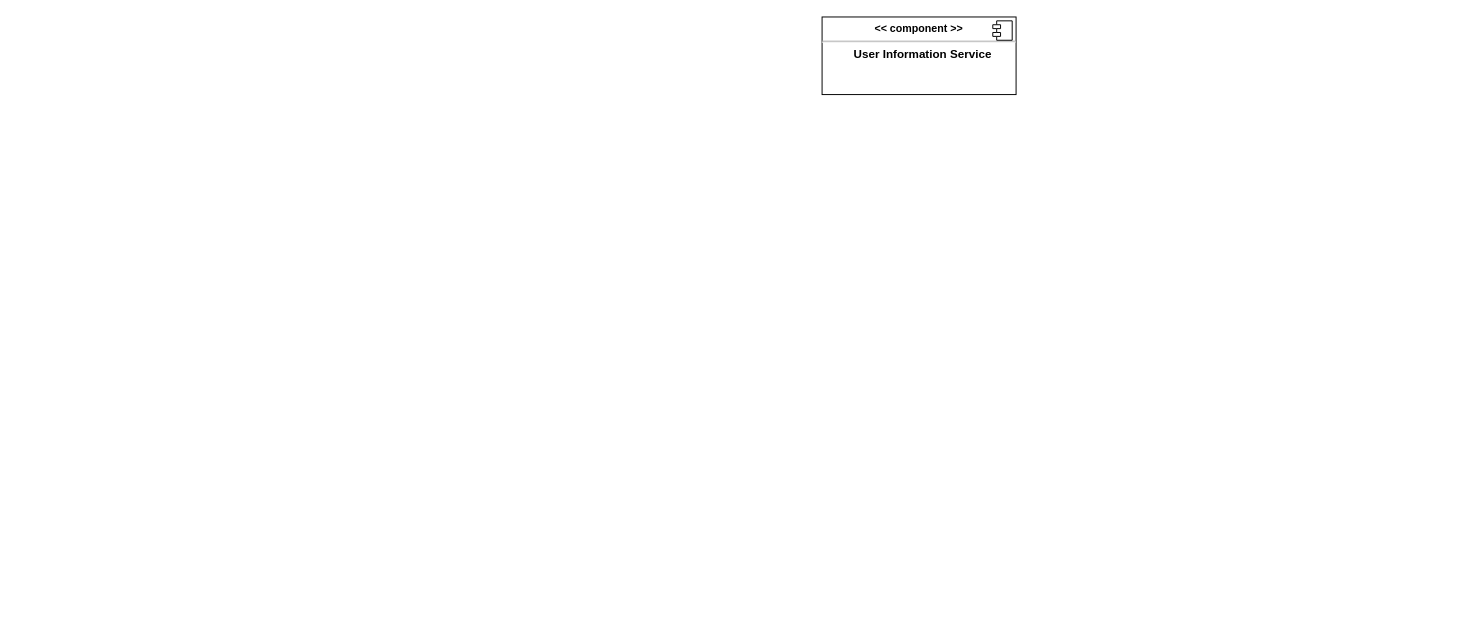
This is components Diagram.drawio from bgabrielma/ES_Project, a draw.io file, before an edit. Source tidied: cells renumbered, new cells numbered last; positions are measured from the earlier drawing's top-left corner, leaving out a move shared by most shapes. Both pictures are drawn from the tidied source at 97%, with x=0, y=0 at pixel (822, 16).
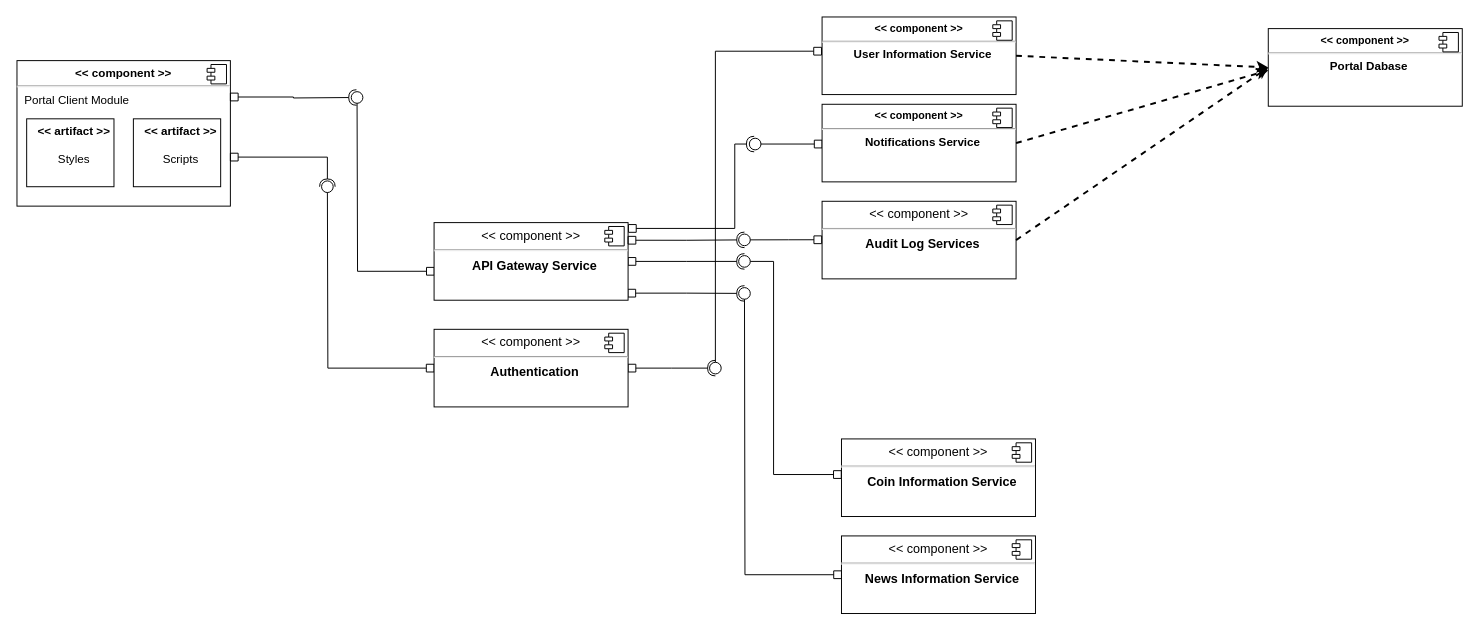
The same diagram, later.

Unchanged cells that the change refers to:
```xml
<mxCell id="2" value="&lt;p style=&quot;margin: 6px 0px 0px; text-align: center; font-size: 11px;&quot;&gt;&lt;b style=&quot;&quot;&gt;&lt;font style=&quot;font-size: 11px;&quot;&gt;&amp;lt;&amp;lt; component &amp;gt;&amp;gt;&lt;/font&gt;&lt;/b&gt;&lt;/p&gt;&lt;hr style=&quot;font-size: 11px;&quot;&gt;&lt;p style=&quot;text-align: center; margin: 0px 0px 0px 8px;&quot;&gt;&lt;b&gt;User Information Service&lt;/b&gt;&lt;/p&gt;" style="align=left;overflow=fill;html=1;" parent="1" vertex="1">
  <mxGeometry width="200" height="80" as="geometry" />
</mxCell>
```

Diff of the diagram source:
```diff
@@
+    <mxCell id="4" value="&lt;p style=&quot;margin:0px;margin-top:6px;text-align:center;&quot;&gt;&lt;b&gt;&amp;lt;&amp;lt; component &amp;gt;&amp;gt;&lt;/b&gt;&lt;/p&gt;&lt;hr&gt;&lt;p style=&quot;margin:0px;margin-left:8px;&quot;&gt;Portal Client Module&lt;/p&gt;" style="align=left;overflow=fill;html=1;" parent="1" vertex="1">
+      <mxGeometry x="-830" y="45" width="220" height="150" as="geometry" />
+    </mxCell>
+    <mxCell id="5" style="shape=component;jettyWidth=8;jettyHeight=4;" parent="4" vertex="1">
+      <mxGeometry x="1" width="20" height="20" relative="1" as="geometry">
+        <mxPoint x="-24" y="4" as="offset" />
+      </mxGeometry>
+    </mxCell>
+    <mxCell id="6" value="&lt;p style=&quot;margin:0px;margin-top:6px;text-align:center;&quot;&gt;&lt;/p&gt;&lt;p style=&quot;text-align: center; margin: 0px 0px 0px 8px;&quot;&gt;&lt;b&gt;&amp;lt;&amp;lt; artifact &amp;gt;&amp;gt;&lt;/b&gt;&lt;/p&gt;&lt;p style=&quot;text-align: center; margin: 0px 0px 0px 8px;&quot;&gt;&lt;b&gt;&lt;br&gt;&lt;/b&gt;&lt;/p&gt;&lt;p style=&quot;text-align: center; margin: 0px 0px 0px 8px;&quot;&gt;Scripts&lt;/p&gt;" style="align=left;overflow=fill;html=1;" parent="4" vertex="1">
+      <mxGeometry x="120" y="60" width="90" height="70" as="geometry" />
+    </mxCell>
+    <mxCell id="7" value="&lt;p style=&quot;margin:0px;margin-top:6px;text-align:center;&quot;&gt;&lt;/p&gt;&lt;p style=&quot;text-align: center; margin: 0px 0px 0px 8px;&quot;&gt;&lt;b&gt;&amp;lt;&amp;lt; artifact &amp;gt;&amp;gt;&lt;/b&gt;&lt;/p&gt;&lt;p style=&quot;text-align: center; margin: 0px 0px 0px 8px;&quot;&gt;&lt;b&gt;&lt;br&gt;&lt;/b&gt;&lt;/p&gt;&lt;p style=&quot;text-align: center; margin: 0px 0px 0px 8px;&quot;&gt;Styles&lt;/p&gt;" style="align=left;overflow=fill;html=1;" parent="1" vertex="1">
+      <mxGeometry x="-820" y="105" width="90" height="70" as="geometry" />
+    </mxCell>
+    <mxCell id="8" style="edgeStyle=orthogonalEdgeStyle;rounded=0;jettySize=auto;html=1;startArrow=box;startFill=0;endArrow=oval;endFill=0;endSize=12;sourcePerimeterSpacing=20;targetPerimeterSpacing=20;exitX=-0.001;exitY=0.459;exitDx=0;exitDy=0;exitPerimeter=0;" parent="1" edge="1" source="9">
+      <mxGeometry relative="1" as="geometry">
+        <mxPoint x="-80" y="252" as="targetPoint" />
+        <Array as="points">
+          <mxPoint x="-50" y="472" />
+          <mxPoint x="-50" y="252" />
+        </Array>
+      </mxGeometry>
+    </mxCell>
+    <mxCell id="9" value="&lt;p style=&quot;margin: 6px 0px 0px; font-size: 13px;&quot;&gt;&lt;span style=&quot;font-size: 13px;&quot;&gt;&lt;font style=&quot;font-size: 13px;&quot;&gt;&amp;lt;&amp;lt; component &amp;gt;&amp;gt;&lt;/font&gt;&lt;/span&gt;&lt;/p&gt;&lt;hr style=&quot;font-size: 13px;&quot;&gt;&lt;p style=&quot;margin: 0px 0px 0px 8px; font-size: 13px;&quot;&gt;&lt;b&gt;Coin Information Service&lt;/b&gt;&lt;/p&gt;" style="align=center;overflow=fill;html=1;fontStyle=0;fontSize=13;" parent="1" vertex="1">
+      <mxGeometry x="20" y="435" width="200" height="80" as="geometry" />
+    </mxCell>
+    <mxCell id="10" style="shape=component;jettyWidth=8;jettyHeight=4;" parent="9" vertex="1">
+      <mxGeometry x="1" width="20" height="20" relative="1" as="geometry">
+        <mxPoint x="-24" y="4" as="offset" />
+      </mxGeometry>
+    </mxCell>
+    <mxCell id="11" style="edgeStyle=orthogonalEdgeStyle;rounded=0;jettySize=auto;html=1;startArrow=box;startFill=0;endArrow=oval;endFill=0;endSize=12;sourcePerimeterSpacing=20;targetPerimeterSpacing=20;exitX=0;exitY=0.5;exitDx=0;exitDy=0;" parent="1" edge="1" source="12">
+      <mxGeometry relative="1" as="geometry">
+        <mxPoint x="-80" y="285" as="targetPoint" />
+      </mxGeometry>
+    </mxCell>
+    <mxCell id="12" value="&lt;p style=&quot;margin: 6px 0px 0px; font-size: 13px;&quot;&gt;&lt;span style=&quot;font-size: 13px;&quot;&gt;&lt;font style=&quot;font-size: 13px;&quot;&gt;&amp;lt;&amp;lt; component &amp;gt;&amp;gt;&lt;/font&gt;&lt;/span&gt;&lt;/p&gt;&lt;hr style=&quot;font-size: 13px;&quot;&gt;&lt;p style=&quot;margin: 0px 0px 0px 8px; font-size: 13px;&quot;&gt;&lt;b&gt;News Information Service&lt;/b&gt;&lt;/p&gt;" style="align=center;overflow=fill;html=1;fontStyle=0;fontSize=13;" parent="1" vertex="1">
+      <mxGeometry x="20" y="535" width="200" height="80" as="geometry" />
+    </mxCell>
+    <mxCell id="13" style="shape=component;jettyWidth=8;jettyHeight=4;" parent="12" vertex="1">
+      <mxGeometry x="1" width="20" height="20" relative="1" as="geometry">
+        <mxPoint x="-24" y="4" as="offset" />
+      </mxGeometry>
+    </mxCell>
+    <mxCell id="14" style="edgeStyle=orthogonalEdgeStyle;rounded=0;jettySize=auto;html=1;endArrow=oval;endFill=0;targetPerimeterSpacing=20;sourcePerimeterSpacing=20;endSize=12;exitX=-0.003;exitY=0.441;exitDx=0;exitDy=0;startArrow=box;startFill=0;exitPerimeter=0;" parent="1" edge="1" source="2">
+      <mxGeometry relative="1" as="geometry">
+        <mxPoint x="-110" y="362" as="targetPoint" />
+        <Array as="points">
+          <mxPoint x="-110" y="35" />
+        </Array>
+      </mxGeometry>
+    </mxCell>
@@
-    <mxCell id="3" style="shape=component;jettyWidth=8;jettyHeight=4;" parent="2" vertex="1">
-      <mxGeometry x="1" width="20" height="20" relative="1" as="geometry">
-        <mxPoint x="-24" y="4" as="offset" />
-      </mxGeometry>
-    </mxCell>
+    <mxCell id="15" style="shape=component;jettyWidth=8;jettyHeight=4;" parent="2" vertex="1">
+      <mxGeometry x="1" width="20" height="20" relative="1" as="geometry">
+        <mxPoint x="-24" y="4" as="offset" />
+      </mxGeometry>
+    </mxCell>
+    <mxCell id="16" style="edgeStyle=orthogonalEdgeStyle;rounded=0;jettySize=auto;html=1;startArrow=box;startFill=0;endArrow=oval;endFill=0;endSize=12;sourcePerimeterSpacing=20;targetPerimeterSpacing=20;exitX=0;exitY=0.512;exitDx=0;exitDy=0;exitPerimeter=0;" parent="1" edge="1" source="17">
+      <mxGeometry relative="1" as="geometry">
+        <mxPoint x="-69" y="131" as="targetPoint" />
+        <Array as="points">
+          <mxPoint x="-69" y="131" />
+        </Array>
+      </mxGeometry>
+    </mxCell>
+    <mxCell id="17" value="&lt;p style=&quot;margin: 6px 0px 0px; text-align: center; font-size: 11px;&quot;&gt;&lt;b style=&quot;&quot;&gt;&lt;font style=&quot;font-size: 11px;&quot;&gt;&amp;lt;&amp;lt; component &amp;gt;&amp;gt;&lt;/font&gt;&lt;/b&gt;&lt;/p&gt;&lt;hr style=&quot;font-size: 11px;&quot;&gt;&lt;p style=&quot;text-align: center; margin: 0px 0px 0px 8px;&quot;&gt;&lt;b&gt;Notifications Service&lt;/b&gt;&lt;/p&gt;" style="align=left;overflow=fill;html=1;" parent="1" vertex="1">
+      <mxGeometry y="90" width="200" height="80" as="geometry" />
+    </mxCell>
+    <mxCell id="18" style="shape=component;jettyWidth=8;jettyHeight=4;" parent="17" vertex="1">
+      <mxGeometry x="1" width="20" height="20" relative="1" as="geometry">
+        <mxPoint x="-24" y="4" as="offset" />
+      </mxGeometry>
+    </mxCell>
+    <mxCell id="19" style="edgeStyle=orthogonalEdgeStyle;rounded=0;jettySize=auto;html=1;endArrow=halfCircle;endFill=0;startArrow=box;startFill=0;exitX=1;exitY=0.5;exitDx=0;exitDy=0;" parent="1" edge="1" source="21">
+      <mxGeometry relative="1" as="geometry">
+        <mxPoint x="-110" y="362" as="targetPoint" />
+      </mxGeometry>
+    </mxCell>
+    <mxCell id="20" style="edgeStyle=orthogonalEdgeStyle;rounded=0;jettySize=auto;html=1;startArrow=box;startFill=0;endArrow=oval;endFill=0;endSize=12;sourcePerimeterSpacing=20;targetPerimeterSpacing=20;exitX=0;exitY=0.5;exitDx=0;exitDy=0;" parent="1" edge="1" source="21">
+      <mxGeometry relative="1" as="geometry">
+        <mxPoint x="-510" y="175" as="targetPoint" />
+      </mxGeometry>
+    </mxCell>
+    <mxCell id="21" value="&lt;p style=&quot;margin: 6px 0px 0px; font-size: 13px;&quot;&gt;&lt;span style=&quot;font-size: 13px;&quot;&gt;&lt;font style=&quot;font-size: 13px;&quot;&gt;&amp;lt;&amp;lt; component &amp;gt;&amp;gt;&lt;/font&gt;&lt;/span&gt;&lt;/p&gt;&lt;hr style=&quot;font-size: 13px;&quot;&gt;&lt;p style=&quot;margin: 0px 0px 0px 8px; font-size: 13px;&quot;&gt;&lt;b&gt;Authentication&lt;/b&gt;&lt;/p&gt;" style="align=center;overflow=fill;html=1;fontStyle=0;fontSize=13;" parent="1" vertex="1">
+      <mxGeometry x="-400" y="322" width="200" height="80" as="geometry" />
+    </mxCell>
+    <mxCell id="22" style="shape=component;jettyWidth=8;jettyHeight=4;" parent="21" vertex="1">
+      <mxGeometry x="1" width="20" height="20" relative="1" as="geometry">
+        <mxPoint x="-24" y="4" as="offset" />
+      </mxGeometry>
+    </mxCell>
+    <mxCell id="23" value="&lt;p style=&quot;margin: 6px 0px 0px; font-size: 13px;&quot;&gt;&lt;span style=&quot;font-size: 13px;&quot;&gt;&lt;font style=&quot;font-size: 13px;&quot;&gt;&amp;lt;&amp;lt; component &amp;gt;&amp;gt;&lt;/font&gt;&lt;/span&gt;&lt;/p&gt;&lt;hr style=&quot;font-size: 13px;&quot;&gt;&lt;p style=&quot;margin: 0px 0px 0px 8px; font-size: 13px;&quot;&gt;&lt;b&gt;Audit Log Services&lt;/b&gt;&lt;/p&gt;" style="align=center;overflow=fill;html=1;fontStyle=0;fontSize=13;" parent="1" vertex="1">
+      <mxGeometry y="190" width="200" height="80" as="geometry" />
+    </mxCell>
+    <mxCell id="24" style="shape=component;jettyWidth=8;jettyHeight=4;" parent="23" vertex="1">
+      <mxGeometry x="1" width="20" height="20" relative="1" as="geometry">
+        <mxPoint x="-24" y="4" as="offset" />
+      </mxGeometry>
+    </mxCell>
+    <mxCell id="25" style="edgeStyle=orthogonalEdgeStyle;rounded=0;jettySize=auto;html=1;startArrow=box;startFill=0;endArrow=oval;endFill=0;endSize=12;sourcePerimeterSpacing=20;targetPerimeterSpacing=20;exitX=0.001;exitY=0.627;exitDx=0;exitDy=0;exitPerimeter=0;" parent="1" edge="1" source="29">
+      <mxGeometry relative="1" as="geometry">
+        <mxPoint x="-479.4" y="83" as="targetPoint" />
+      </mxGeometry>
+    </mxCell>
+    <mxCell id="26" style="edgeStyle=orthogonalEdgeStyle;rounded=0;jettySize=auto;html=1;startArrow=box;startFill=0;endArrow=halfCircle;endFill=0;endSize=6;sourcePerimeterSpacing=20;targetPerimeterSpacing=20;exitX=1;exitY=0.5;exitDx=0;exitDy=0;" parent="1" edge="1" source="29">
+      <mxGeometry relative="1" as="geometry">
+        <mxPoint x="-80" y="252" as="targetPoint" />
+      </mxGeometry>
+    </mxCell>
+    <mxCell id="27" style="edgeStyle=orthogonalEdgeStyle;rounded=0;jettySize=auto;html=1;startArrow=box;startFill=0;endArrow=halfCircle;endFill=0;endSize=6;sourcePerimeterSpacing=20;targetPerimeterSpacing=20;exitX=0.999;exitY=0.909;exitDx=0;exitDy=0;exitPerimeter=0;" parent="1" edge="1" source="29">
+      <mxGeometry relative="1" as="geometry">
+        <mxPoint x="-80" y="285" as="targetPoint" />
+      </mxGeometry>
+    </mxCell>
+    <mxCell id="28" style="edgeStyle=orthogonalEdgeStyle;rounded=0;jettySize=auto;html=1;startArrow=box;startFill=0;endArrow=halfCircle;endFill=0;endSize=6;sourcePerimeterSpacing=20;targetPerimeterSpacing=20;exitX=1.002;exitY=0.075;exitDx=0;exitDy=0;exitPerimeter=0;" parent="1" edge="1" source="29">
+      <mxGeometry relative="1" as="geometry">
+        <mxPoint x="-70" y="131" as="targetPoint" />
+        <Array as="points">
+          <mxPoint x="-90" y="218" />
+          <mxPoint x="-90" y="131" />
+        </Array>
+      </mxGeometry>
+    </mxCell>
+    <mxCell id="29" value="&lt;p style=&quot;margin: 6px 0px 0px; font-size: 13px;&quot;&gt;&lt;span style=&quot;font-size: 13px;&quot;&gt;&lt;font style=&quot;font-size: 13px;&quot;&gt;&amp;lt;&amp;lt; component &amp;gt;&amp;gt;&lt;/font&gt;&lt;/span&gt;&lt;/p&gt;&lt;hr style=&quot;font-size: 13px;&quot;&gt;&lt;p style=&quot;margin: 0px 0px 0px 8px; font-size: 13px;&quot;&gt;&lt;b&gt;API Gateway Service&lt;/b&gt;&lt;/p&gt;" style="align=center;overflow=fill;html=1;fontStyle=0;fontSize=13;" parent="1" vertex="1">
+      <mxGeometry x="-400" y="212" width="200" height="80" as="geometry" />
+    </mxCell>
+    <mxCell id="30" style="shape=component;jettyWidth=8;jettyHeight=4;" parent="29" vertex="1">
+      <mxGeometry x="1" width="20" height="20" relative="1" as="geometry">
+        <mxPoint x="-24" y="4" as="offset" />
+      </mxGeometry>
+    </mxCell>
+    <mxCell id="31" value="&lt;p style=&quot;margin: 6px 0px 0px; text-align: center; font-size: 11px;&quot;&gt;&lt;b style=&quot;&quot;&gt;&lt;font style=&quot;font-size: 11px;&quot;&gt;&amp;lt;&amp;lt; component &amp;gt;&amp;gt;&lt;/font&gt;&lt;/b&gt;&lt;/p&gt;&lt;hr style=&quot;font-size: 11px;&quot;&gt;&lt;p style=&quot;text-align: center; margin: 0px 0px 0px 8px;&quot;&gt;&lt;b&gt;Portal Dabase&lt;/b&gt;&lt;/p&gt;" style="align=left;overflow=fill;html=1;" parent="1" vertex="1">
+      <mxGeometry x="460" y="12" width="200" height="80" as="geometry" />
+    </mxCell>
+    <mxCell id="32" style="shape=component;jettyWidth=8;jettyHeight=4;" parent="31" vertex="1">
+      <mxGeometry x="1" width="20" height="20" relative="1" as="geometry">
+        <mxPoint x="-24" y="4" as="offset" />
+      </mxGeometry>
+    </mxCell>
+    <mxCell id="33" style="endArrow=classic;html=1;rounded=0;fontSize=11;exitX=1;exitY=0.5;exitDx=0;exitDy=0;entryX=0;entryY=0.5;entryDx=0;entryDy=0;dashed=1;strokeWidth=2;" parent="1" edge="1" source="2" target="31">
+      <mxGeometry relative="1" as="geometry" />
+    </mxCell>
+    <mxCell id="34" style="endArrow=classic;html=1;rounded=0;fontSize=11;exitX=1;exitY=0.5;exitDx=0;exitDy=0;dashed=1;strokeWidth=2;" parent="1" edge="1" source="17">
+      <mxGeometry relative="1" as="geometry">
+        <mxPoint x="460" y="55" as="targetPoint" />
+      </mxGeometry>
+    </mxCell>
+    <mxCell id="35" style="endArrow=classic;html=1;rounded=0;fontSize=11;exitX=1;exitY=0.5;exitDx=0;exitDy=0;dashed=1;strokeWidth=2;entryX=0;entryY=0.5;entryDx=0;entryDy=0;" parent="1" edge="1" source="23" target="31">
+      <mxGeometry relative="1" as="geometry" />
+    </mxCell>
+    <mxCell id="36" style="edgeStyle=orthogonalEdgeStyle;rounded=0;jettySize=auto;html=1;startArrow=box;startFill=0;endArrow=halfCircle;endFill=0;endSize=6;sourcePerimeterSpacing=20;targetPerimeterSpacing=20;exitX=1;exitY=0.663;exitDx=0;exitDy=0;exitPerimeter=0;" parent="1" edge="1" source="4">
+      <mxGeometry relative="1" as="geometry">
+        <mxPoint x="-510" y="175" as="targetPoint" />
+        <Array as="points">
+          <mxPoint x="-510" y="144" />
+        </Array>
+      </mxGeometry>
+    </mxCell>
+    <mxCell id="37" style="edgeStyle=orthogonalEdgeStyle;rounded=0;jettySize=auto;html=1;startArrow=box;startFill=0;endArrow=halfCircle;endFill=0;endSize=6;sourcePerimeterSpacing=20;targetPerimeterSpacing=20;exitX=1;exitY=0.25;exitDx=0;exitDy=0;" parent="1" edge="1" source="4">
+      <mxGeometry relative="1" as="geometry">
+        <mxPoint x="-480" y="83" as="targetPoint" />
+      </mxGeometry>
+    </mxCell>
+    <mxCell id="38" style="edgeStyle=orthogonalEdgeStyle;rounded=0;jettySize=auto;html=1;startArrow=box;startFill=0;endArrow=halfCircle;endFill=0;endSize=6;sourcePerimeterSpacing=20;targetPerimeterSpacing=20;exitX=1;exitY=0.227;exitDx=0;exitDy=0;exitPerimeter=0;" parent="1" edge="1" source="29">
+      <mxGeometry relative="1" as="geometry">
+        <mxPoint x="-80" y="229.8" as="targetPoint" />
+      </mxGeometry>
+    </mxCell>
+    <mxCell id="39" style="edgeStyle=orthogonalEdgeStyle;rounded=0;jettySize=auto;html=1;startArrow=box;startFill=0;endArrow=oval;endFill=0;endSize=12;sourcePerimeterSpacing=20;targetPerimeterSpacing=20;exitX=-0.002;exitY=0.496;exitDx=0;exitDy=0;exitPerimeter=0;" parent="1" edge="1" source="23">
+      <mxGeometry relative="1" as="geometry">
+        <mxPoint x="-80" y="229.8" as="targetPoint" />
+      </mxGeometry>
+    </mxCell>
```
